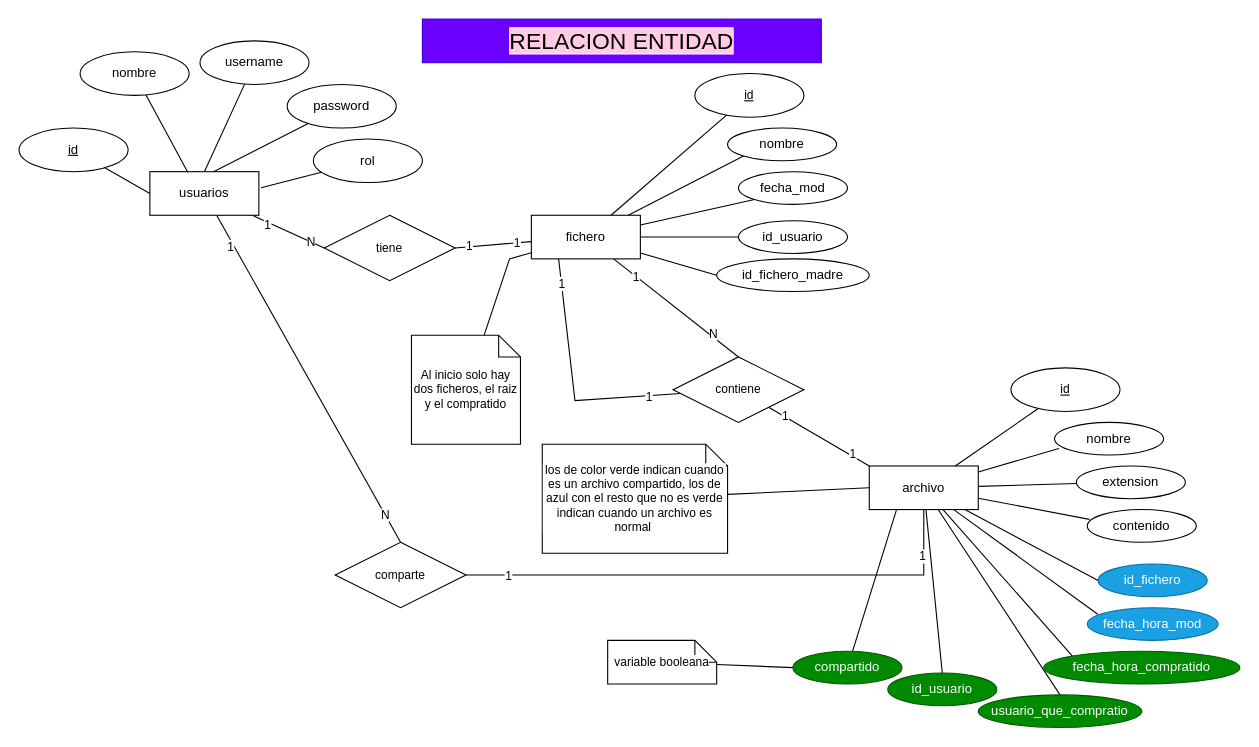
Earlier version of the draw.io diagram EntidadRelacion.drawio (EilerGomez/GraFiles_2P_MIA_2S_2024). Source tidied: cells renumbered, new cells numbered last; positions are measured from the earlier drawing's top-left corner, leaving out a move shared by most shapes. Both pictures are drawn from the tidied source at 109%, with x=0, y=0 at pixel (19, 19).
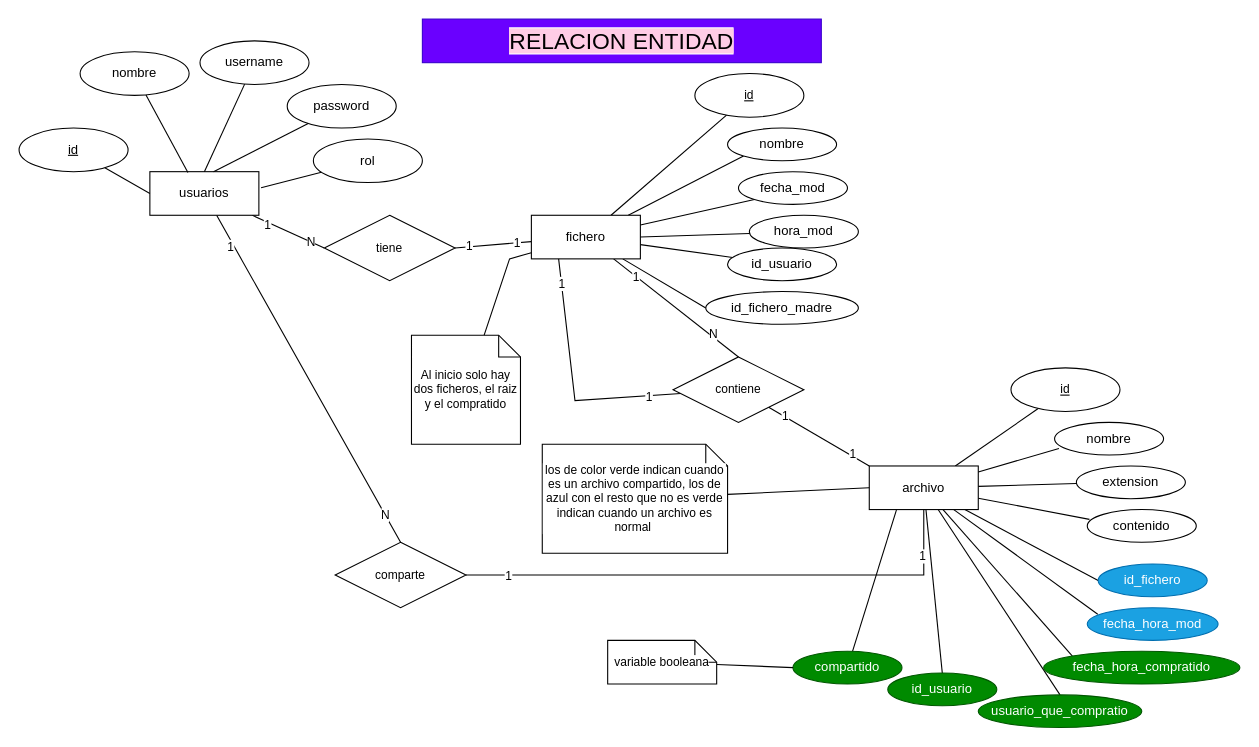
The same diagram, later.

The change refers to these unchanged cells:
```xml
<mxCell id="28" value="fichero" style="whiteSpace=wrap;html=1;align=center;" parent="1" vertex="1">
  <mxGeometry x="470" y="180" width="100" height="40" as="geometry" />
</mxCell>
```

Diff of the diagram source:
```diff
@@
     <mxCell id="38" value="id_usuario" style="ellipse;whiteSpace=wrap;html=1;align=center;" parent="1" vertex="1">
-      <mxGeometry x="660" y="185" width="100" height="30" as="geometry" />
+      <mxGeometry x="650" y="210" width="100" height="30" as="geometry" />
     </mxCell>
@@
     <mxCell id="51" value="id_fichero_madre" style="ellipse;whiteSpace=wrap;html=1;align=center;" parent="1" vertex="1">
-      <mxGeometry x="640" y="220" width="140" height="30" as="geometry" />
+      <mxGeometry x="630" y="250" width="140" height="30" as="geometry" />
     </mxCell>
@@
+    <mxCell id="76" style="rounded=0;jettySize=auto;html=1;entryX=1;entryY=0.5;entryDx=0;entryDy=0;endArrow=none;endFill=0;" parent="1" edge="1" source="77" target="28">
+      <mxGeometry relative="1" as="geometry" />
+    </mxCell>
+    <mxCell id="77" value="hora_mod" style="ellipse;whiteSpace=wrap;html=1;align=center;" parent="1" vertex="1">
+      <mxGeometry x="670" y="180" width="100" height="30" as="geometry" />
+    </mxCell>
```
